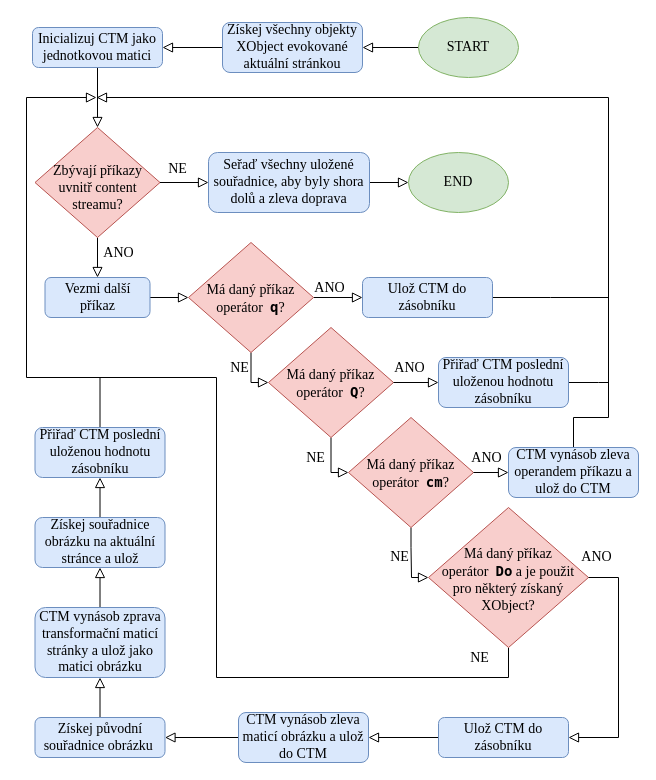
Above: theses/drawio/embedded_pdf_flow_chart.drawio in MichaelaMackova/Theses-Checker (draw.io), before the change. Source tidied: cells renumbered, new cells numbered last; positions are measured from the earlier drawing's top-left corner, leaving out a move shared by most shapes. Both pictures are drawn from the tidied source at 100%, with x=0, y=0 at pixel (26, 17).
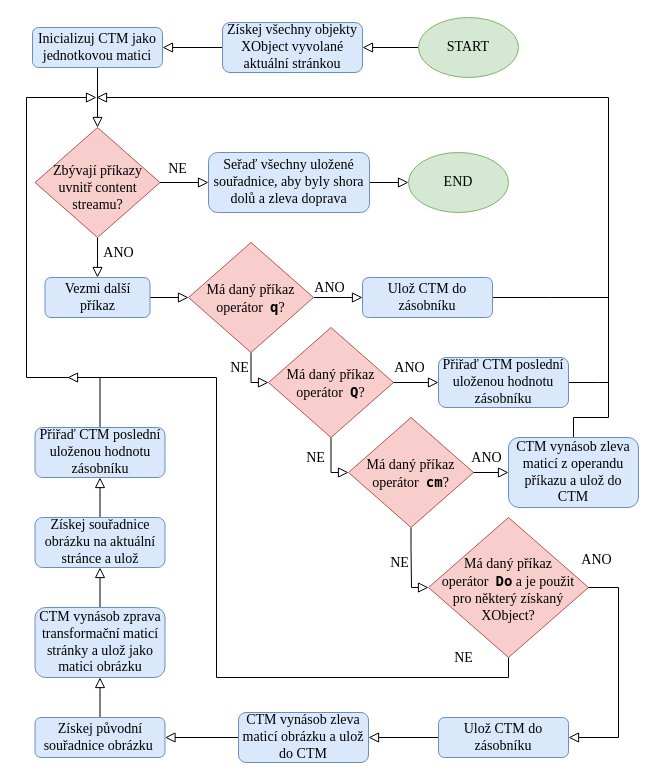
Above is the later version.

Unchanged cells that the change refers to:
```xml
<mxCell id="25" value="Má daný příkaz&lt;br style=&quot;font-size: 14px;&quot;&gt;operátor&amp;nbsp; &lt;font face=&quot;Lucida Console&quot; style=&quot;font-size: 14px;&quot;&gt;&lt;b style=&quot;font-size: 14px;&quot;&gt;cm&lt;/b&gt;&lt;/font&gt;?" style="rhombus;whiteSpace=wrap;html=1;shadow=0;fontFamily=Times New Roman;fontSize=14;align=center;strokeWidth=1;spacing=0;spacingTop=3;fillColor=#f8cecc;strokeColor=#b85450;" parent="1" vertex="1">
  <mxGeometry x="322" y="400" width="125" height="110" as="geometry" />
</mxCell>
<mxCell id="46" value="Ulož CTM do zásobníku" style="rounded=1;whiteSpace=wrap;html=1;fontSize=14;glass=0;strokeWidth=1;shadow=0;fontFamily=Times New Roman;fillColor=#dae8fc;strokeColor=#6c8ebf;" parent="1" vertex="1">
  <mxGeometry x="412" y="700" width="130" height="40" as="geometry" />
</mxCell>
<mxCell id="52" value="Přiřaď CTM poslední uloženou hodnotu zásobníku" style="rounded=1;whiteSpace=wrap;html=1;fontSize=14;glass=0;strokeWidth=1;shadow=0;fontFamily=Times New Roman;fillColor=#dae8fc;strokeColor=#6c8ebf;" parent="1" vertex="1">
  <mxGeometry x="8.5" y="410" width="130" height="50" as="geometry" />
</mxCell>
```

Diff of the diagram source:
```diff
@@
-    <mxCell id="12" value="Získej všechny objekty XObject evokované aktuální stránkou" style="rounded=1;whiteSpace=wrap;html=1;fontSize=14;glass=0;strokeWidth=1;shadow=0;fontFamily=Times New Roman;fillColor=#dae8fc;strokeColor=#6c8ebf;" parent="1" vertex="1">
+    <mxCell id="12" value="Získej všechny objekty XObject vyvolané aktuální stránkou" style="rounded=1;whiteSpace=wrap;html=1;fontSize=14;glass=0;strokeWidth=1;shadow=0;fontFamily=Times New Roman;fillColor=#dae8fc;strokeColor=#6c8ebf;" parent="1" vertex="1">
       <mxGeometry x="196" y="5" width="140" height="50" as="geometry" />
     </mxCell>
@@
     <mxCell id="23" style="edgeStyle=orthogonalEdgeStyle;shape=connector;rounded=0;jettySize=auto;html=1;exitX=0.5;exitY=1;exitDx=0;exitDy=0;entryX=0;entryY=0.5;entryDx=0;entryDy=0;labelBackgroundColor=default;strokeColor=default;fontFamily=Times New Roman;fontSize=14;fontColor=default;endArrow=block;endFill=0;endSize=8;" parent="1" edge="1" source="25" target="28">
       <mxGeometry relative="1" as="geometry">
         <Array as="points">
+          <mxPoint x="384" y="530" />
           <mxPoint x="385" y="530" />
-          <mxPoint x="385" y="530" />
-          <mxPoint x="385" y="560" />
+          <mxPoint x="385" y="570" />
         </Array>
       </mxGeometry>
     </mxCell>
@@
-    <mxCell id="26" style="edgeStyle=orthogonalEdgeStyle;shape=connector;rounded=0;jettySize=auto;html=1;exitX=0.5;exitY=1;exitDx=0;exitDy=0;labelBackgroundColor=default;strokeColor=default;fontFamily=Times New Roman;fontSize=14;fontColor=default;endArrow=none;endFill=0;endSize=8;jumpSize=3;" parent="1" edge="1" source="28">
+    <mxCell id="26" style="edgeStyle=orthogonalEdgeStyle;shape=connector;rounded=0;jettySize=auto;html=1;exitX=0.5;exitY=1;exitDx=0;exitDy=0;labelBackgroundColor=default;strokeColor=default;fontFamily=Times New Roman;fontSize=14;fontColor=default;endArrow=block;endFill=0;endSize=8;jumpSize=3;" parent="1" edge="1" source="28">
       <mxGeometry relative="1" as="geometry">
-        <mxPoint x="72" y="360" as="targetPoint" />
+        <mxPoint x="41" y="360" as="targetPoint" />
         <Array as="points">
           <mxPoint x="482" y="660" />
           <mxPoint x="190" y="660" />
           <mxPoint x="190" y="360" />
         </Array>
       </mxGeometry>
     </mxCell>
@@
     <mxCell id="28" value="Má daný příkaz&lt;br style=&quot;font-size: 14px;&quot;&gt;operátor&amp;nbsp; &lt;font face=&quot;Lucida Console&quot; style=&quot;font-size: 14px;&quot;&gt;&lt;b style=&quot;font-size: 14px;&quot;&gt;Do&lt;/b&gt;&lt;/font&gt;&amp;nbsp;a je použit&lt;br&gt;pro některý získaný&lt;br&gt;XObject?" style="rhombus;whiteSpace=wrap;html=1;shadow=0;fontFamily=Times New Roman;fontSize=14;align=center;strokeWidth=1;spacing=0;spacingTop=6;fillColor=#f8cecc;strokeColor=#b85450;" parent="1" vertex="1">
-      <mxGeometry x="402" y="490" width="160" height="140" as="geometry" />
+      <mxGeometry x="402" y="500" width="160" height="140" as="geometry" />
     </mxCell>
@@
-    <mxCell id="38" value="CTM vynásob zleva operandem příkazu a ulož do CTM" style="rounded=1;whiteSpace=wrap;html=1;fontSize=14;glass=0;strokeWidth=1;shadow=0;fontFamily=Times New Roman;fillColor=#dae8fc;strokeColor=#6c8ebf;" parent="1" vertex="1">
-      <mxGeometry x="482" y="430" width="130" height="50" as="geometry" />
+    <mxCell id="38" value="CTM vynásob zleva maticí z operandu příkazu a ulož do CTM" style="rounded=1;whiteSpace=wrap;html=1;fontSize=14;glass=0;strokeWidth=1;shadow=0;fontFamily=Times New Roman;fillColor=#dae8fc;strokeColor=#6c8ebf;" parent="1" vertex="1">
+      <mxGeometry x="482" y="420" width="130" height="70" as="geometry" />
     </mxCell>
     <mxCell id="39" style="edgeStyle=orthogonalEdgeStyle;shape=connector;rounded=0;jettySize=auto;html=1;exitX=1;exitY=0.5;exitDx=0;exitDy=0;labelBackgroundColor=default;strokeColor=default;fontFamily=Times New Roman;fontSize=14;fontColor=default;endArrow=block;endFill=0;endSize=8;entryX=1;entryY=0.5;entryDx=0;entryDy=0;" parent="1" edge="1" source="28" target="46">
       <mxGeometry relative="1" as="geometry">
         <Array as="points">
-          <mxPoint x="592" y="560" />
+          <mxPoint x="592" y="570" />
           <mxPoint x="592" y="720" />
         </Array>
       </mxGeometry>
     </mxCell>
@@
-    <mxCell id="51" style="edgeStyle=orthogonalEdgeStyle;shape=connector;rounded=0;jettySize=auto;html=1;exitX=0.5;exitY=0;exitDx=0;exitDy=0;labelBackgroundColor=default;strokeColor=default;fontFamily=Times New Roman;fontSize=14;fontColor=default;endArrow=block;endFill=0;endSize=8;" parent="1" edge="1" source="52">
+    <mxCell id="51" style="edgeStyle=orthogonalEdgeStyle;shape=connector;rounded=0;orthogonalLoop=1;jettySize=auto;html=1;labelBackgroundColor=default;strokeColor=default;fontFamily=Times New Roman;fontSize=14;fontColor=default;endArrow=block;endFill=0;endSize=8;" parent="1" edge="1">
       <mxGeometry relative="1" as="geometry">
+        <mxPoint x="42" y="360" as="sourcePoint" />
         <mxPoint x="70" y="80" as="targetPoint" />
         <Array as="points">
-          <mxPoint x="73" y="360" />
+          <mxPoint x="42" y="360" />
           <mxPoint y="360" />
           <mxPoint y="80" />
         </Array>
       </mxGeometry>
     </mxCell>
+    <mxCell id="56" style="edgeStyle=orthogonalEdgeStyle;rounded=0;jettySize=auto;html=1;exitX=0.5;exitY=0;exitDx=0;exitDy=0;endArrow=none;endFill=0;" parent="1" edge="1" source="52">
+      <mxGeometry relative="1" as="geometry">
+        <mxPoint x="73.5" y="360" as="targetPoint" />
+      </mxGeometry>
+    </mxCell>
```
